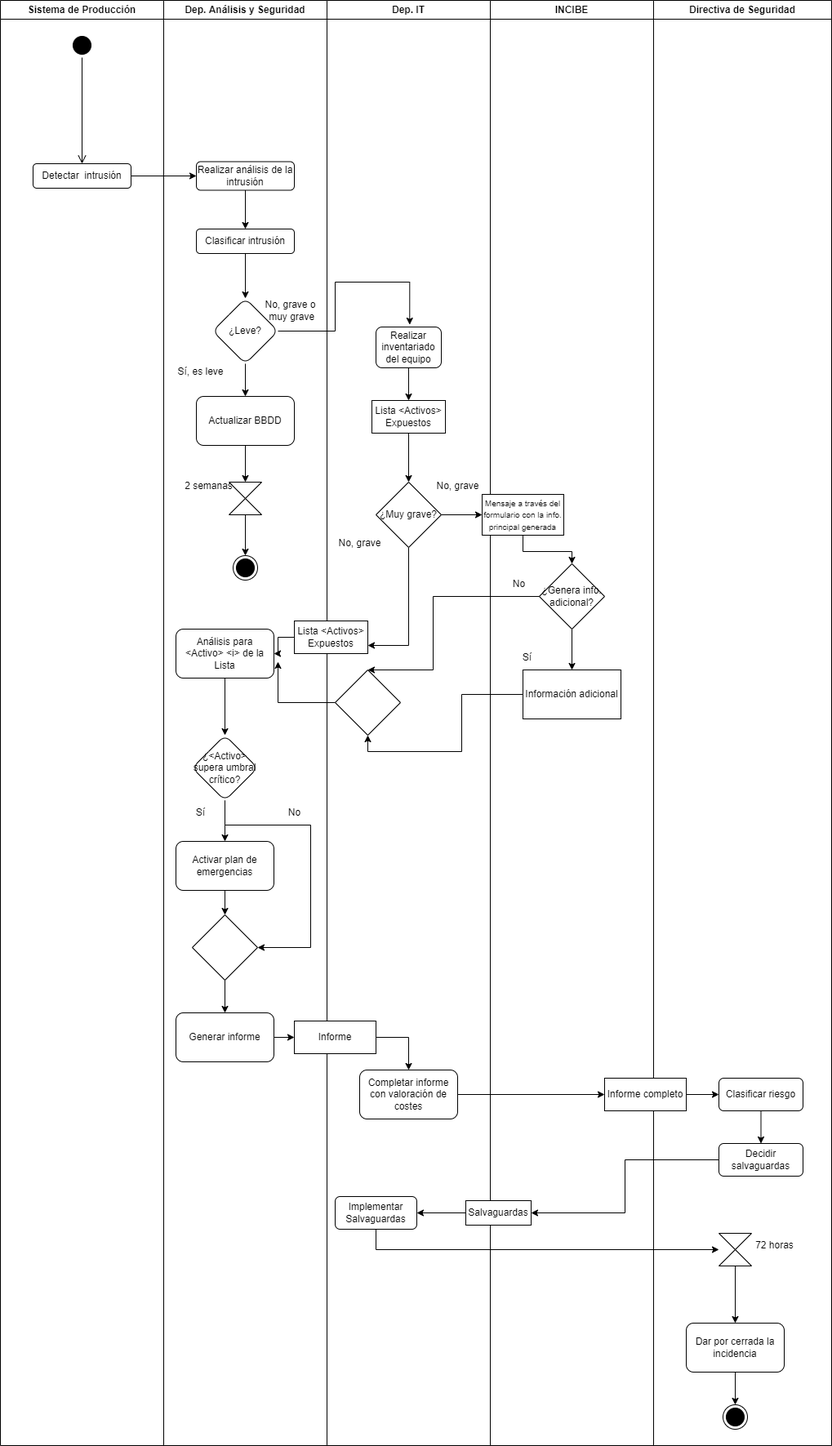
Earlier version of the draw.io export Diagrams/UMLPractica.png (siciliagc/Sistemas-de-Informaci-n). Source tidied: cells renumbered, new cells last; positions are measured from the earlier drawing's top-left corner, leaving out a move shared by most shapes.
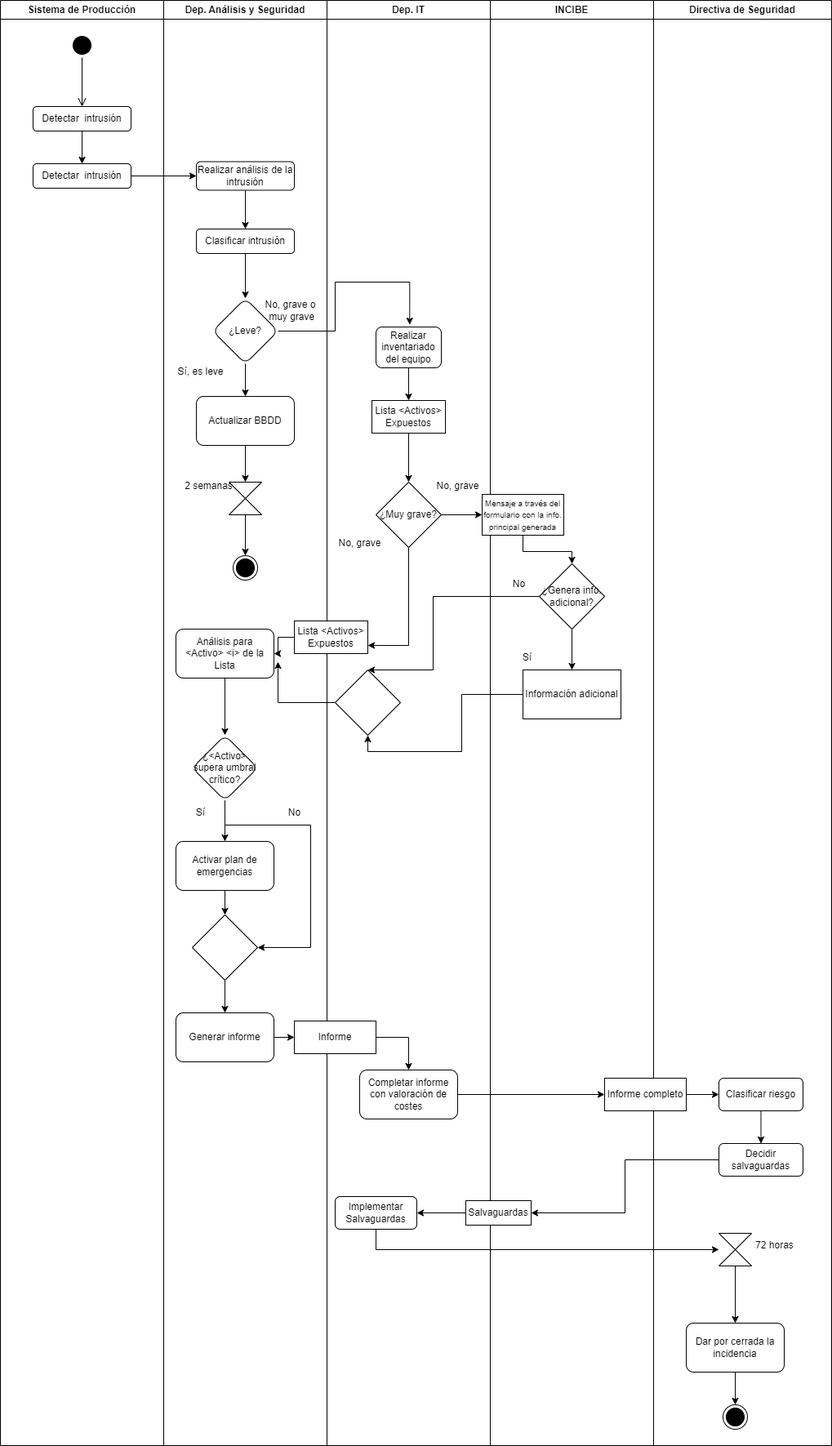
After the commit.

The edit, as a diff of the source:
```diff
@@ -8,9 +8,17 @@
     <mxCell id="3" style="ellipse;html=1;shape=startState;fillColor=#000000;strokeColor=#000000;" parent="2" vertex="1">
       <mxGeometry x="85" y="40" width="30" height="30" as="geometry" />
     </mxCell>
-    <mxCell id="4" style="edgeStyle=orthogonalEdgeStyle;html=1;verticalAlign=bottom;endArrow=open;endSize=8;strokeColor=#000000;rounded=0;entryX=0.5;entryY=0;entryDx=0;entryDy=0;" parent="2" edge="1" source="3" target="5">
-      <mxGeometry relative="1" as="geometry" />
+    <mxCell id="4" style="edgeStyle=orthogonalEdgeStyle;html=1;verticalAlign=bottom;endArrow=open;endSize=8;strokeColor=#000000;rounded=0;" parent="2" edge="1" source="3">
+      <mxGeometry relative="1" as="geometry">
+        <mxPoint x="100" y="130" as="targetPoint" />
+      </mxGeometry>
     </mxCell>
+    <mxCell id="81" style="edgeStyle=orthogonalEdgeStyle;rounded=0;jettySize=auto;html=1;" parent="2" edge="1" source="82" target="5">
+      <mxGeometry relative="1" as="geometry" />
+    </mxCell>
+    <mxCell id="82" value="Detectar&amp;nbsp; intrusión" style="rounded=1;whiteSpace=wrap;html=1;" parent="2" vertex="1">
+      <mxGeometry x="40" y="130" width="120" height="30" as="geometry" />
+    </mxCell>
     <mxCell id="5" value="Detectar&amp;nbsp; intrusión" style="rounded=1;whiteSpace=wrap;html=1;" parent="2" vertex="1">
       <mxGeometry x="40" y="200" width="120" height="30" as="geometry" />
     </mxCell>
```
